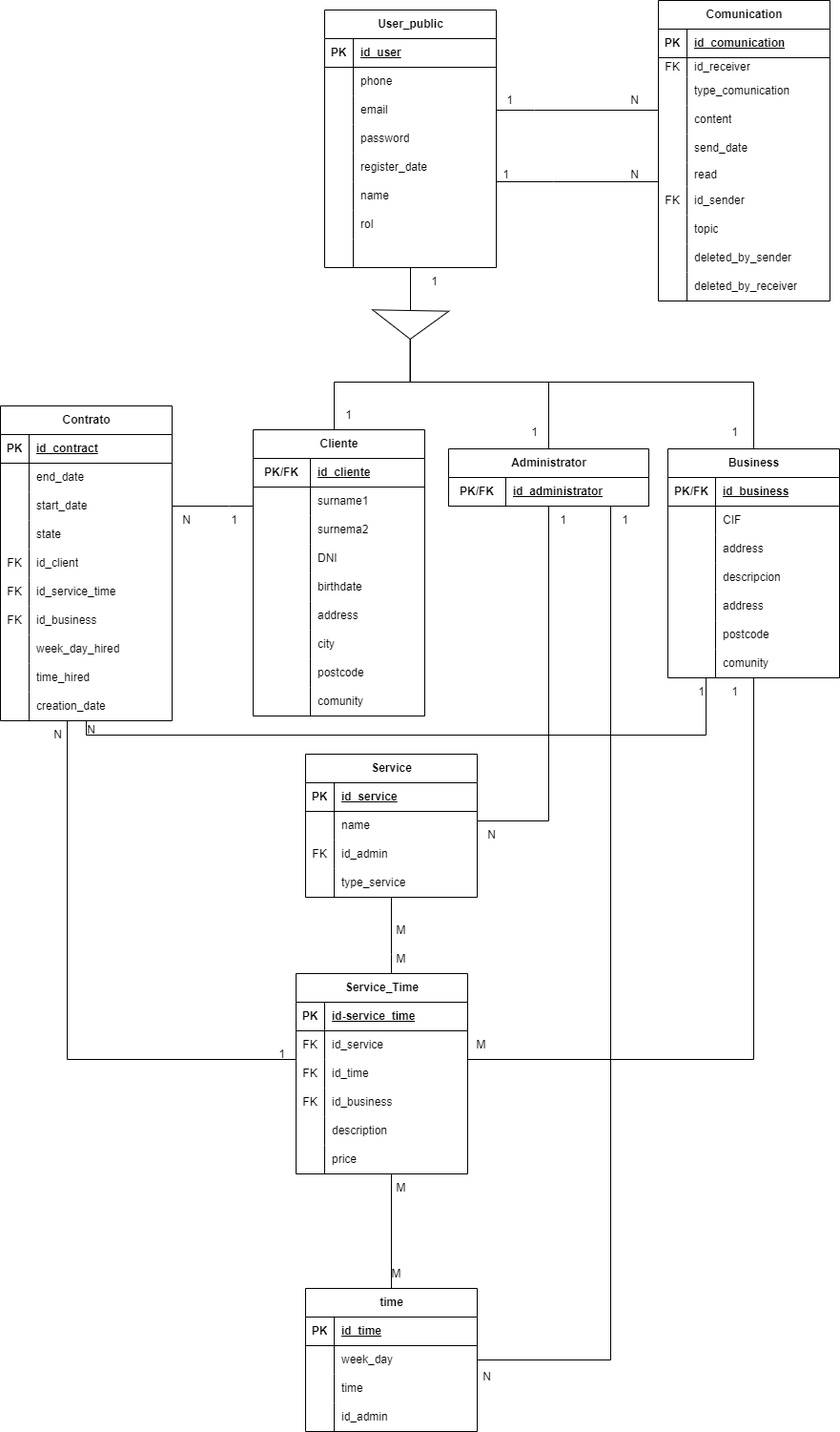
Earlier version of the draw.io export documentacion_extra/base_datos/MER.drawio.png (egilp04/TFG_Cuidados). Source tidied: cells renumbered, new cells last; positions are measured from the earlier drawing's top-left corner, leaving out a move shared by most shapes.
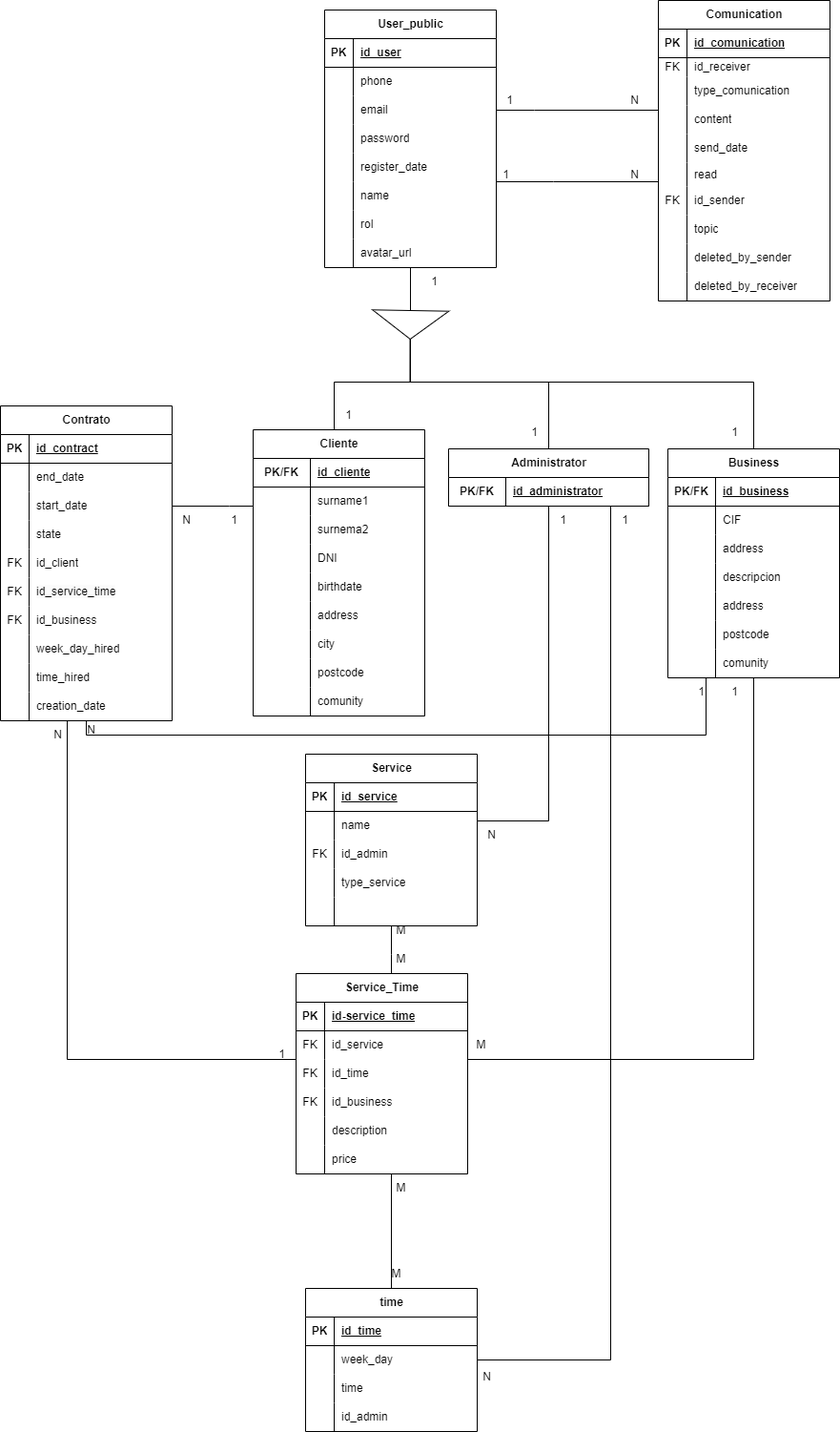
Later version of the same file.

Diff of the diagram source:
```diff
@@ -93,7 +93,7 @@
     <mxCell id="28" style="shape=partialRectangle;fillColor=none;top=0;left=0;bottom=0;right=0;overflow=hidden;whiteSpace=wrap;html=1;" parent="27" vertex="1">
       <mxGeometry width="30" height="30" as="geometry" />
     </mxCell>
-    <mxCell id="29" style="shape=partialRectangle;fillColor=none;top=0;left=0;bottom=0;right=0;align=left;spacingLeft=6;overflow=hidden;whiteSpace=wrap;html=1;" parent="27" vertex="1">
+    <mxCell id="29" value="avatar_url" style="shape=partialRectangle;fillColor=none;top=0;left=0;bottom=0;right=0;align=left;spacingLeft=6;overflow=hidden;whiteSpace=wrap;html=1;" parent="27" vertex="1">
       <mxGeometry x="30" width="150" height="30" as="geometry" />
     </mxCell>
     <mxCell id="30" value="Comunication" style="shape=table;startSize=30;rowLines=0;fontStyle=1;align=center;html=1;" parent="1" vertex="1">
@@ -521,7 +521,7 @@
       </mxGeometry>
     </mxCell>
     <mxCell id="156" value="Service" style="shape=table;startSize=30;rowLines=0;fontStyle=1;align=center;html=1;" parent="1" vertex="1">
-      <mxGeometry x="320" y="790" width="180" height="150" as="geometry" />
+      <mxGeometry x="320" y="790" width="180" height="180" as="geometry" />
     </mxCell>
     <mxCell id="157" style="shape=tableRow;horizontal=0;startSize=0;swimlaneHead=0;swimlaneBody=0;fillColor=none;top=0;left=0;right=0;bottom=1;" parent="156" vertex="1">
       <mxGeometry y="30" width="180" height="30" as="geometry" />
@@ -559,6 +559,15 @@
     <mxCell id="168" value="&lt;span style=&quot;text-wrap: nowrap;&quot;&gt;type_service&lt;/span&gt;" style="shape=partialRectangle;fillColor=none;top=0;left=0;bottom=0;right=0;align=left;spacingLeft=6;overflow=hidden;whiteSpace=wrap;html=1;" parent="166" vertex="1">
       <mxGeometry x="30" width="150" height="30" as="geometry" />
     </mxCell>
+    <mxCell id="227" style="shape=tableRow;horizontal=0;startSize=0;swimlaneHead=0;swimlaneBody=0;fillColor=none;top=0;left=0;right=0;bottom=0;" parent="156" vertex="1">
+      <mxGeometry y="150" width="180" height="30" as="geometry" />
+    </mxCell>
+    <mxCell id="228" style="shape=partialRectangle;fillColor=none;top=0;left=0;bottom=0;right=0;overflow=hidden;whiteSpace=wrap;html=1;" parent="227" vertex="1">
+      <mxGeometry width="30" height="30" as="geometry" />
+    </mxCell>
+    <mxCell id="229" style="shape=partialRectangle;fillColor=none;top=0;left=0;bottom=0;right=0;align=left;spacingLeft=6;overflow=hidden;whiteSpace=wrap;html=1;" parent="227" vertex="1">
+      <mxGeometry x="30" width="150" height="30" as="geometry" />
+    </mxCell>
     <mxCell id="169" style="edgeStyle=orthogonalEdgeStyle;rounded=0;jettySize=auto;html=1;endArrow=none;endFill=0;" parent="1" edge="1" source="170" target="197">
       <mxGeometry relative="1" as="geometry">
         <Array as="points">
```
